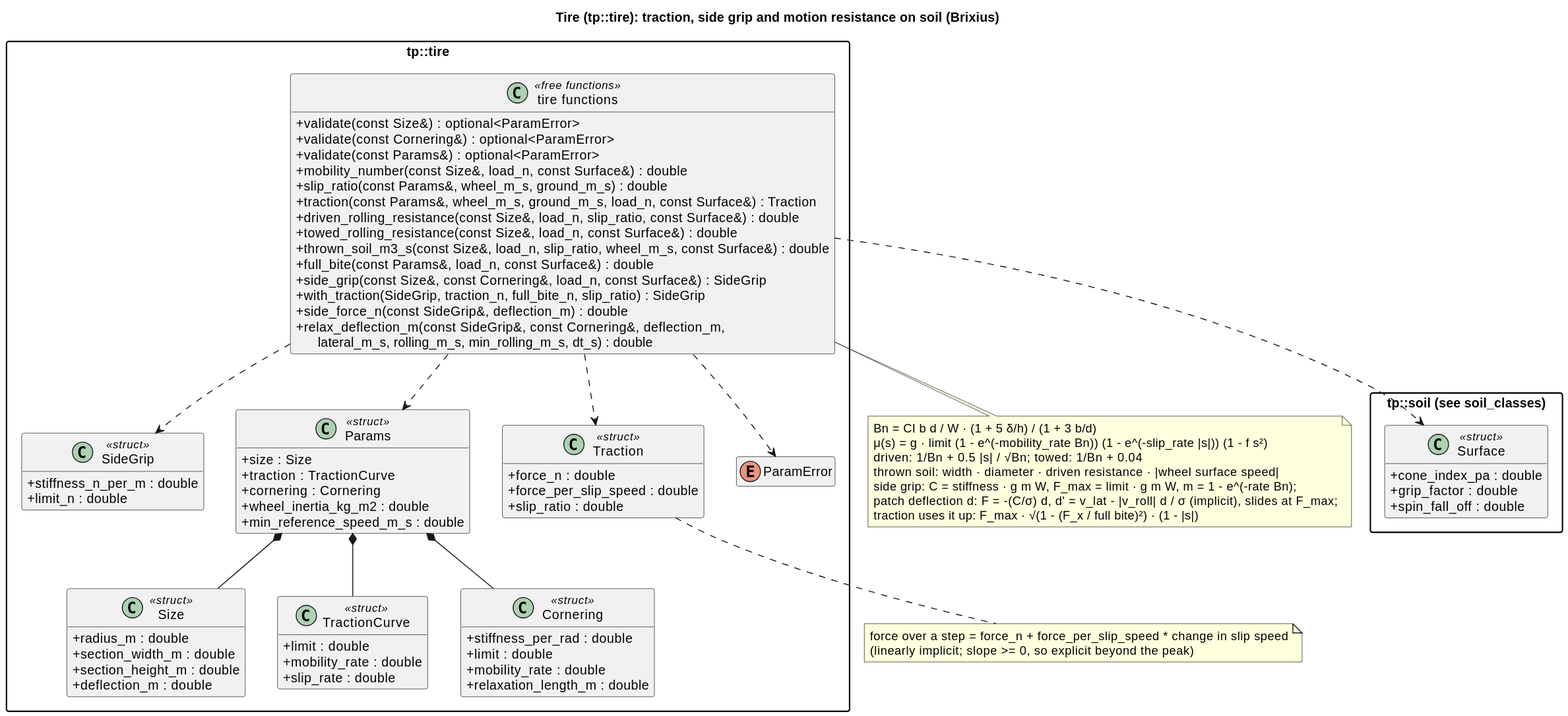
Above: docs/diagrams/svg/tire_classes.svg in wversteeg/TractorPulling (PlantUML), before the change.
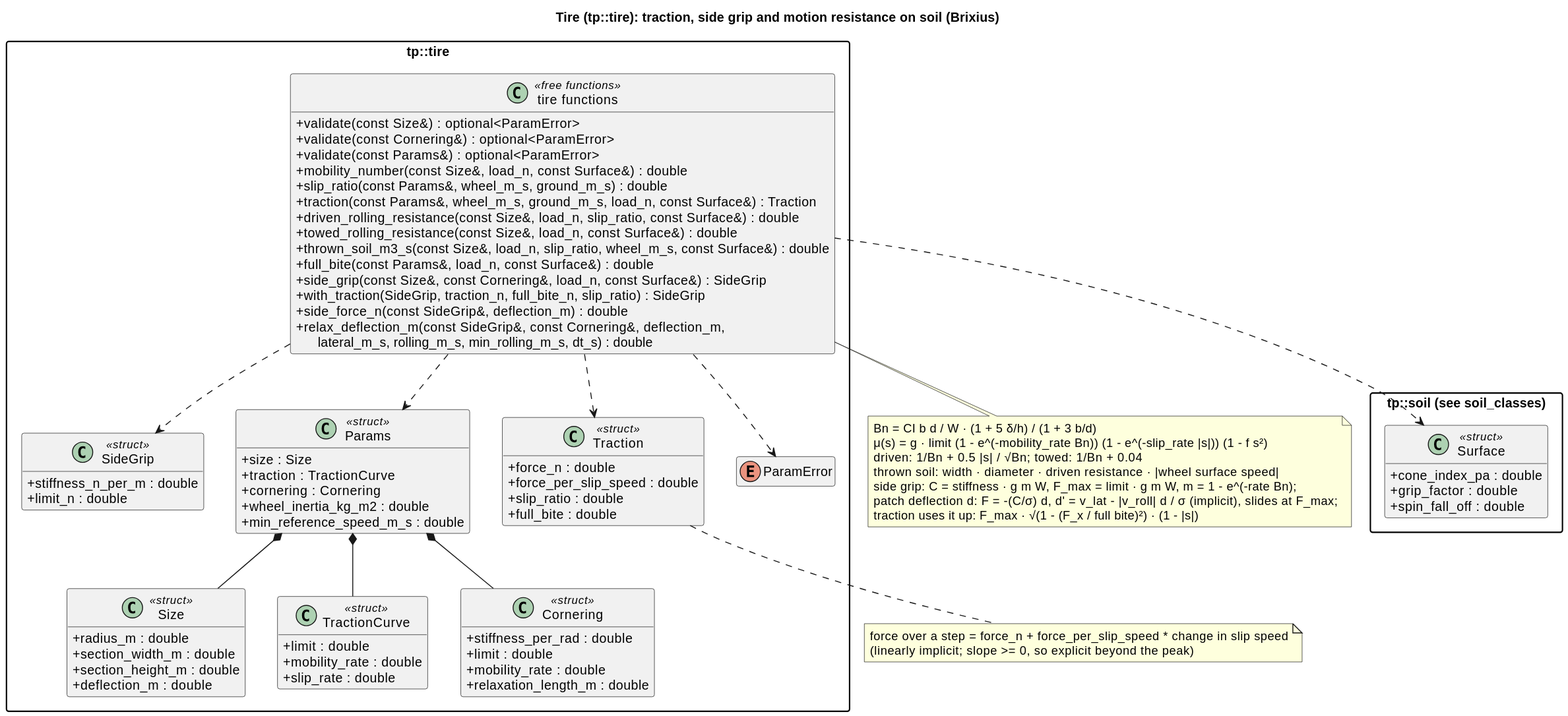
Later version of the same file.

Commit message:
Show the traction's full bite in the tire diagram

Claude-Session: https://claude.ai/code/session_01VtTwJLMc2buQqRkJdXXbSf

Change to the diagram source:
```diff
@@ -45,6 +45,7 @@
     +force_n : double
     +force_per_slip_speed : double
     +slip_ratio : double
+    +full_bite : double
   }
   enum ParamError
   class "tire functions" as TireFns <<free functions>> {
```
